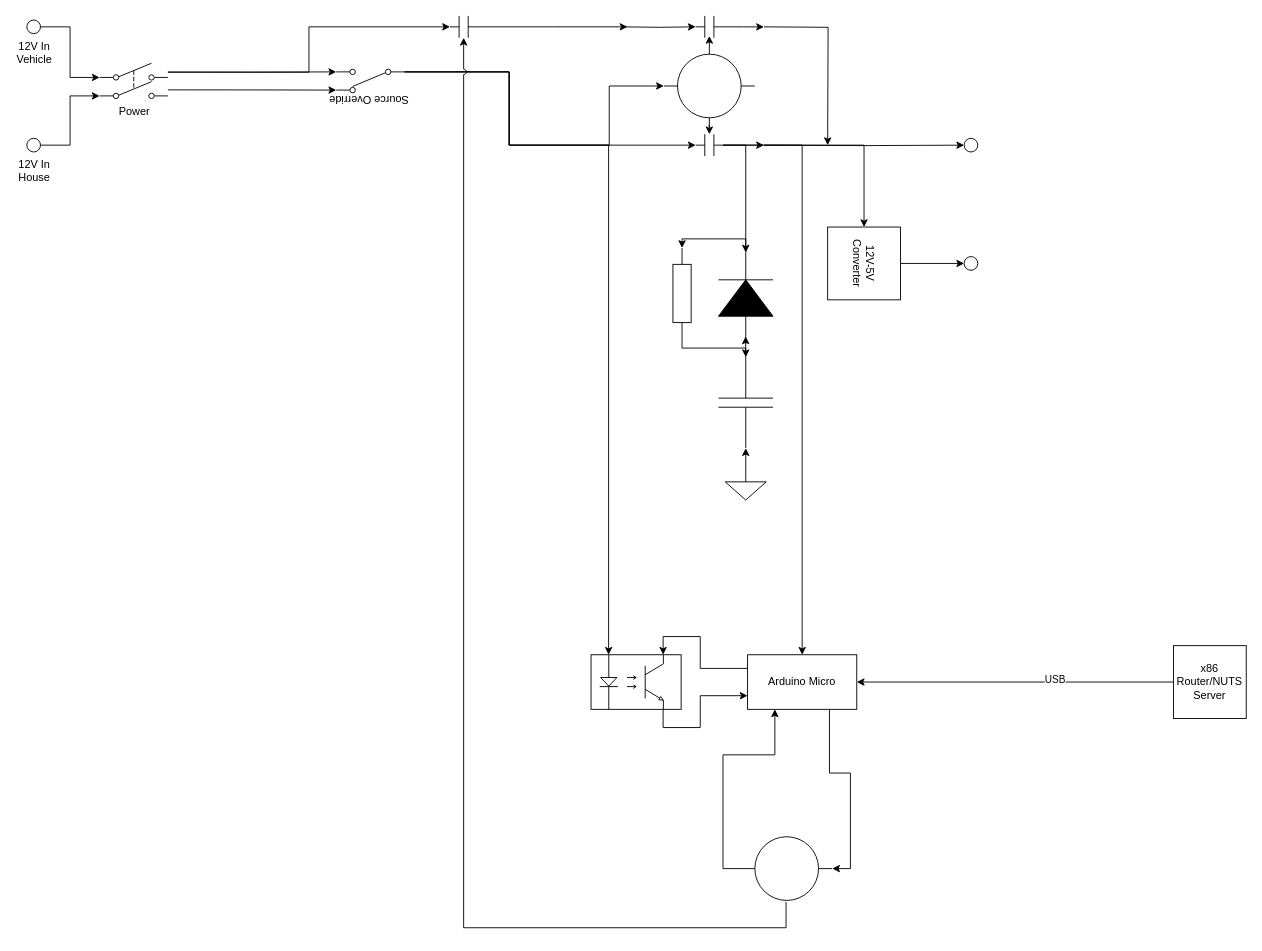
Before: page "Relay 12V design" (2 of 3) of blog/2022-10-27-ups/UPS.drawio in natecostello/van_two_point_oh, a draw.io diagram. Source tidied: cells renumbered, new cells numbered last; positions are measured from the earlier drawing's top-left corner, leaving out a move shared by most shapes. Both pictures are drawn from the tidied source at 91%, with x=0, y=0 at pixel (26, 15).
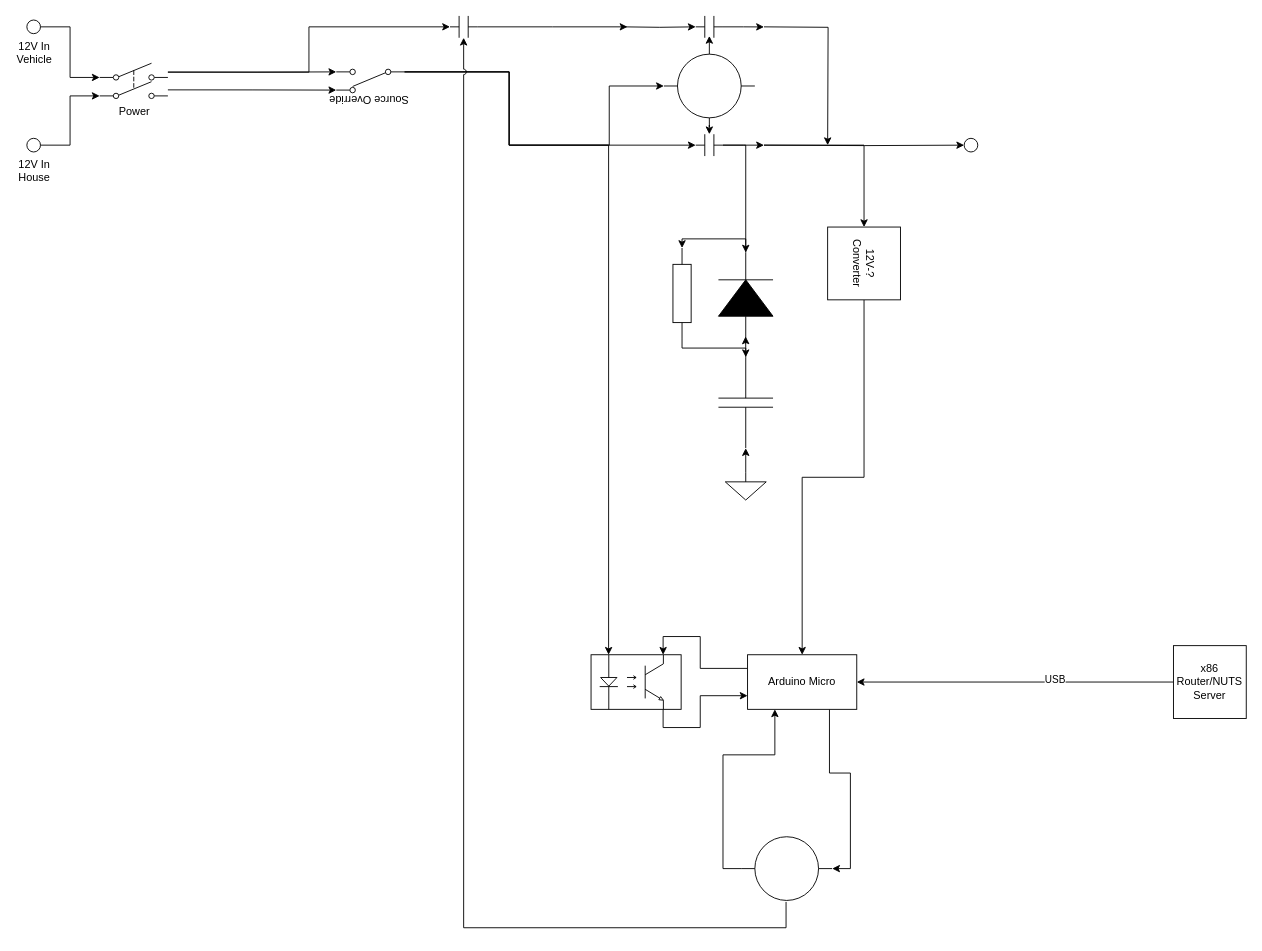
The same diagram, later.

The change refers to these unchanged cells:
```xml
<mxCell id="17" value="Arduino Micro" style="rounded=0;whiteSpace=wrap;html=1;" parent="1" vertex="1">
  <mxGeometry x="792" y="702" width="120" height="60" as="geometry" />
</mxCell>
```

Diff of the diagram source:
```diff
@@
-    <mxCell id="10" style="edgeStyle=orthogonalEdgeStyle;rounded=0;jettySize=auto;html=1;entryX=0;entryY=0.5;entryDx=0;entryDy=0;" parent="1" edge="1" source="12" target="33">
-      <mxGeometry relative="1" as="geometry" />
-    </mxCell>
-    <mxCell id="11" style="edgeStyle=orthogonalEdgeStyle;html=1;entryX=0.5;entryY=0;entryDx=0;entryDy=0;rounded=0;exitX=1;exitY=0.5;exitDx=0;exitDy=0;exitPerimeter=0;" parent="1" edge="1">
-      <mxGeometry relative="1" as="geometry">
-        <mxPoint x="765" y="142" as="sourcePoint" />
-        <mxPoint x="852" y="702" as="targetPoint" />
-        <Array as="points">
-          <mxPoint x="852" y="142" />
-        </Array>
-      </mxGeometry>
-    </mxCell>
+    <mxCell id="52" style="edgeStyle=orthogonalEdgeStyle;html=1;entryX=0.5;entryY=0;entryDx=0;entryDy=0;rounded=0;" parent="1" edge="1" source="12" target="17">
+      <mxGeometry relative="1" as="geometry" />
+    </mxCell>
-    <mxCell id="12" value="12V-5V&lt;br&gt;Converter" style="whiteSpace=wrap;html=1;rotation=90;" parent="1" vertex="1">
+    <mxCell id="12" value="12V-?&lt;br&gt;Converter" style="whiteSpace=wrap;html=1;rotation=90;" parent="1" vertex="1">
       <mxGeometry x="880" y="232" width="80" height="80" as="geometry" />
     </mxCell>
@@
-    <mxCell id="33" style="verticalLabelPosition=bottom;shadow=0;dashed=0;align=center;html=1;verticalAlign=top;strokeWidth=1;shape=ellipse;perimeter=ellipsePerimeter;" parent="1" vertex="1">
-      <mxGeometry x="1030" y="264.5" width="15" height="15" as="geometry" />
-    </mxCell>
```
